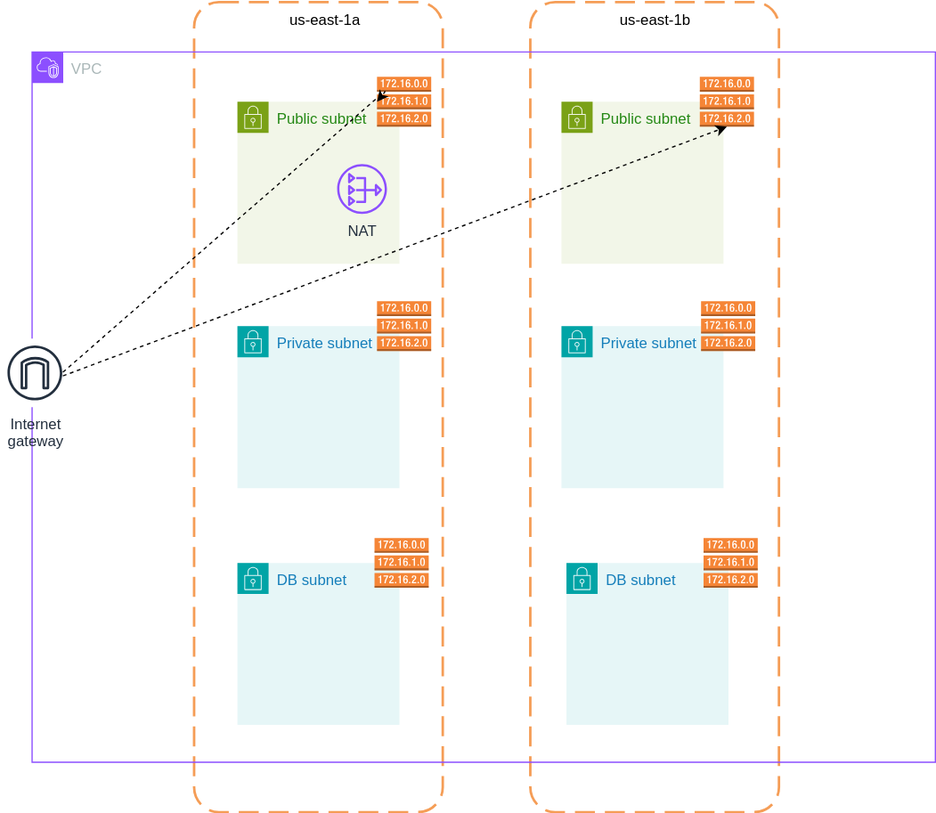
Earlier version of the draw.io export 028/01-terraform-custom-module/vpc-v2.drawio.svg (harsha-commit/daws-terraform). Source tidied: cells renumbered, new cells last; positions are measured from the earlier drawing's top-left corner, leaving out a move shared by most shapes. Source of this version:
```xml
<mxGraphModel>
  <root>
    <mxCell id="0" />
    <mxCell id="1" parent="0" />
    <mxCell id="2" style="rounded=1;arcSize=10;dashed=1;strokeColor=#F59D56;fillColor=none;gradientColor=none;dashPattern=8 4;strokeWidth=2;" parent="1" vertex="1">
      <mxGeometry x="425" width="199.5" height="650" as="geometry" />
    </mxCell>
    <mxCell id="3" style="rounded=1;arcSize=10;dashed=1;strokeColor=#F59D56;fillColor=none;gradientColor=none;dashPattern=8 4;strokeWidth=2;" parent="1" vertex="1">
      <mxGeometry x="155.2" width="199.5" height="650" as="geometry" />
    </mxCell>
    <mxCell id="4" value="Public subnet" style="gradientColor=none;html=1;whiteSpace=wrap;fontSize=12;fontStyle=0;shape=mxgraph.aws4.group;grIcon=mxgraph.aws4.group_security_group;grStroke=0;strokeColor=#7AA116;fillColor=#F2F6E8;verticalAlign=top;align=left;spacingLeft=30;fontColor=#248814;dashed=0;" parent="1" vertex="1">
      <mxGeometry x="190" y="80" width="130" height="130" as="geometry" />
    </mxCell>
    <mxCell id="5" value="Private subnet" style="gradientColor=none;html=1;whiteSpace=wrap;fontSize=12;fontStyle=0;shape=mxgraph.aws4.group;grIcon=mxgraph.aws4.group_security_group;grStroke=0;strokeColor=#00A4A6;fillColor=#E6F6F7;verticalAlign=top;align=left;spacingLeft=30;fontColor=#147EBA;dashed=0;" parent="1" vertex="1">
      <mxGeometry x="190" y="260" width="130" height="130" as="geometry" />
    </mxCell>
    <mxCell id="6" style="outlineConnect=0;dashed=0;verticalLabelPosition=bottom;verticalAlign=top;align=center;html=1;shape=mxgraph.aws3.route_table;fillColor=#F58536;gradientColor=none;" parent="1" vertex="1">
      <mxGeometry x="302" y="60" width="43.5" height="40" as="geometry" />
    </mxCell>
    <mxCell id="7" style="dashed=0;verticalLabelPosition=bottom;verticalAlign=top;align=center;html=1;shape=mxgraph.aws3.route_table;fillColor=#F58536;gradientColor=none;" parent="1" vertex="1">
      <mxGeometry x="302" y="240" width="43.5" height="40" as="geometry" />
    </mxCell>
    <mxCell id="8" value="Public subnet" style="gradientColor=none;html=1;whiteSpace=wrap;fontSize=12;fontStyle=0;shape=mxgraph.aws4.group;grIcon=mxgraph.aws4.group_security_group;grStroke=0;strokeColor=#7AA116;fillColor=#F2F6E8;verticalAlign=top;align=left;spacingLeft=30;fontColor=#248814;dashed=0;" parent="1" vertex="1">
      <mxGeometry x="450" y="80" width="130" height="130" as="geometry" />
    </mxCell>
    <mxCell id="9" value="Private subnet" style="gradientColor=none;html=1;whiteSpace=wrap;fontSize=12;fontStyle=0;shape=mxgraph.aws4.group;grIcon=mxgraph.aws4.group_security_group;grStroke=0;strokeColor=#00A4A6;fillColor=#E6F6F7;verticalAlign=top;align=left;spacingLeft=30;fontColor=#147EBA;dashed=0;" parent="1" vertex="1">
      <mxGeometry x="450" y="260" width="130" height="130" as="geometry" />
    </mxCell>
    <mxCell id="10" style="outlineConnect=0;dashed=0;verticalLabelPosition=bottom;verticalAlign=top;align=center;html=1;shape=mxgraph.aws3.route_table;fillColor=#F58536;gradientColor=none;" parent="1" vertex="1">
      <mxGeometry x="561" y="60" width="43.5" height="40" as="geometry" />
    </mxCell>
    <mxCell id="11" style="dashed=0;verticalLabelPosition=bottom;verticalAlign=top;align=center;html=1;shape=mxgraph.aws3.route_table;fillColor=#F58536;gradientColor=none;" parent="1" vertex="1">
      <mxGeometry x="562" y="240" width="43.5" height="40" as="geometry" />
    </mxCell>
    <mxCell id="12" value="VPC" style="gradientColor=none;html=1;whiteSpace=wrap;fontSize=12;fontStyle=0;shape=mxgraph.aws4.group;grIcon=mxgraph.aws4.group_vpc2;strokeColor=#8C4FFF;fillColor=none;verticalAlign=top;align=left;spacingLeft=30;fontColor=#AAB7B8;dashed=0;" parent="1" vertex="1">
      <mxGeometry x="25.2" y="40" width="724.8" height="570" as="geometry" />
    </mxCell>
    <mxCell id="13" value="Internet&#10;gateway" style="sketch=0;outlineConnect=0;fontColor=#232F3E;gradientColor=none;strokeColor=#232F3E;fillColor=#ffffff;dashed=0;verticalLabelPosition=bottom;verticalAlign=top;align=center;html=1;fontSize=12;fontStyle=0;shape=mxgraph.aws4.resourceIcon;resIcon=mxgraph.aws4.internet_gateway;" parent="12" vertex="1">
      <mxGeometry x="-25.2" y="230" width="55" height="55" as="geometry" />
    </mxCell>
    <mxCell id="14" style="html=1;rounded=1;dashed=1;strokeColor=default;startArrow=none;startFill=0;curved=0;entryX=0;entryY=0.5;entryDx=0;entryDy=0;entryPerimeter=0;" parent="12" edge="1" target="6">
      <mxGeometry relative="1" as="geometry">
        <mxPoint x="24.8" y="257" as="sourcePoint" />
        <Array as="points">
          <mxPoint x="284.8" y="30" />
        </Array>
      </mxGeometry>
    </mxCell>
    <mxCell id="15" value="NAT" style="sketch=0;fontColor=#232F3E;gradientColor=none;fillColor=#8C4FFF;strokeColor=none;dashed=0;verticalLabelPosition=bottom;verticalAlign=top;align=center;html=1;fontSize=12;fontStyle=0;shape=mxgraph.aws4.nat_gateway;" parent="12" vertex="1">
      <mxGeometry x="244.8" y="90" width="40" height="40" as="geometry" />
    </mxCell>
    <mxCell id="16" value="us-east-1a" style="text;html=1;align=center;verticalAlign=middle;strokeColor=none;fillColor=none;" parent="1" vertex="1">
      <mxGeometry x="220" width="80" height="30" as="geometry" />
    </mxCell>
    <mxCell id="17" value="us-east-1b" style="text;html=1;align=center;verticalAlign=middle;strokeColor=none;fillColor=none;" parent="1" vertex="1">
      <mxGeometry x="484.8" width="80" height="30" as="geometry" />
    </mxCell>
    <mxCell id="18" value="DB subnet" style="gradientColor=none;html=1;whiteSpace=wrap;fontSize=12;fontStyle=0;shape=mxgraph.aws4.group;grIcon=mxgraph.aws4.group_security_group;grStroke=0;strokeColor=#00A4A6;fillColor=#E6F6F7;verticalAlign=top;align=left;spacingLeft=30;fontColor=#147EBA;dashed=0;" parent="1" vertex="1">
      <mxGeometry x="190" y="450" width="130" height="130" as="geometry" />
    </mxCell>
    <mxCell id="19" style="dashed=0;verticalLabelPosition=bottom;verticalAlign=top;align=center;html=1;shape=mxgraph.aws3.route_table;fillColor=#F58536;gradientColor=none;" parent="1" vertex="1">
      <mxGeometry x="300" y="430" width="43.5" height="40" as="geometry" />
    </mxCell>
    <mxCell id="20" value="DB subnet" style="gradientColor=none;html=1;whiteSpace=wrap;fontSize=12;fontStyle=0;shape=mxgraph.aws4.group;grIcon=mxgraph.aws4.group_security_group;grStroke=0;strokeColor=#00A4A6;fillColor=#E6F6F7;verticalAlign=top;align=left;spacingLeft=30;fontColor=#147EBA;dashed=0;" parent="1" vertex="1">
      <mxGeometry x="454" y="450" width="130" height="130" as="geometry" />
    </mxCell>
    <mxCell id="21" style="dashed=0;verticalLabelPosition=bottom;verticalAlign=top;align=center;html=1;shape=mxgraph.aws3.route_table;fillColor=#F58536;gradientColor=none;" parent="1" vertex="1">
      <mxGeometry x="564" y="430" width="43.5" height="40" as="geometry" />
    </mxCell>
    <mxCell id="22" style="html=1;rounded=1;entryX=0.5;entryY=1;entryDx=0;entryDy=0;entryPerimeter=0;exitX=0.909;exitY=0.545;exitDx=0;exitDy=0;exitPerimeter=0;dashed=1;strokeColor=default;startArrow=none;startFill=0;curved=0;" parent="1" edge="1" source="13" target="10">
      <mxGeometry relative="1" as="geometry" />
    </mxCell>
  </root>
</mxGraphModel>
```
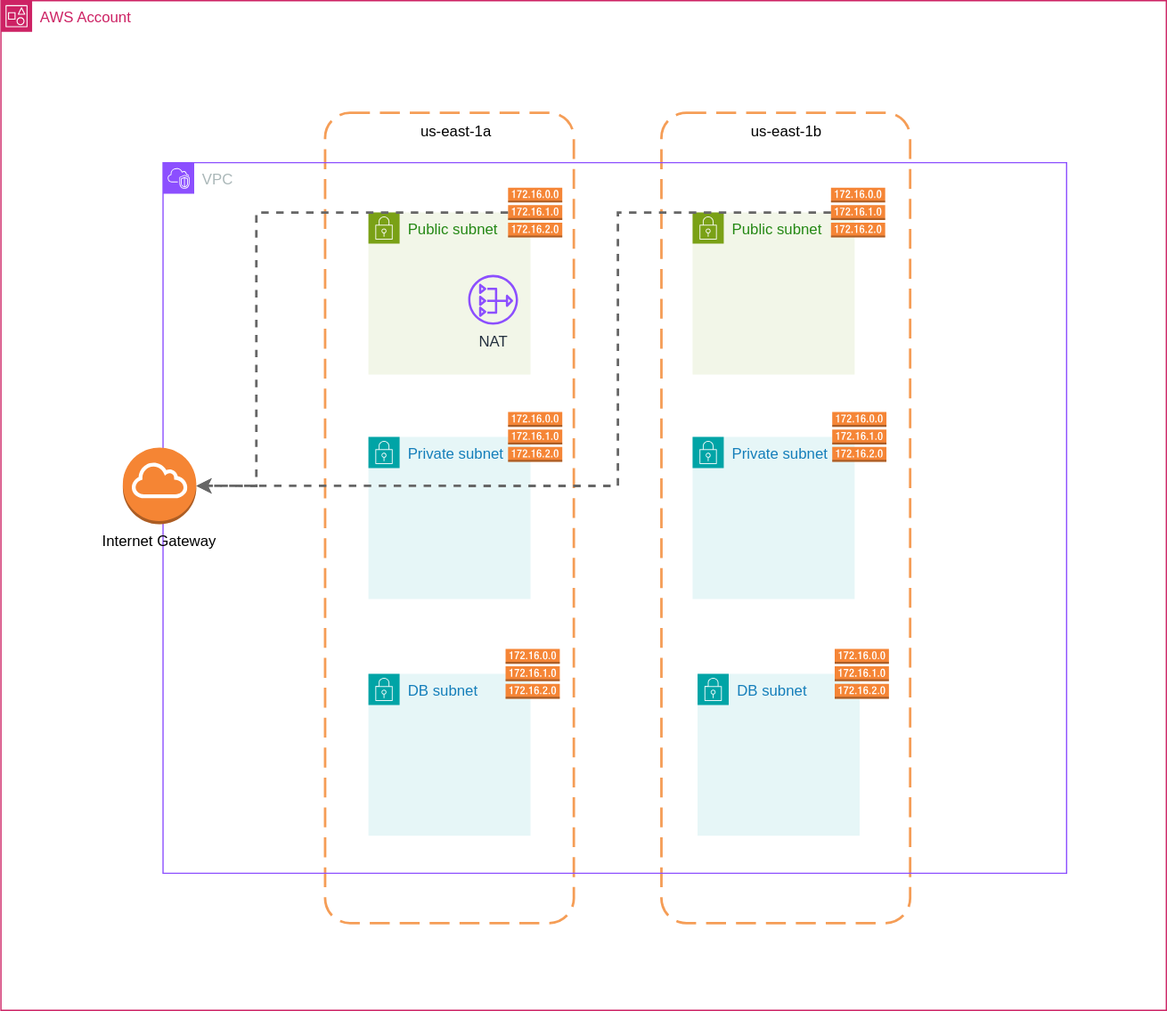
The same diagram one commit later.

Change to the diagram source:
```diff
@@ -35,20 +35,12 @@
     <mxCell id="12" value="VPC" style="gradientColor=none;html=1;whiteSpace=wrap;fontSize=12;fontStyle=0;shape=mxgraph.aws4.group;grIcon=mxgraph.aws4.group_vpc2;strokeColor=#8C4FFF;fillColor=none;verticalAlign=top;align=left;spacingLeft=30;fontColor=#AAB7B8;dashed=0;" parent="1" vertex="1">
       <mxGeometry x="25.2" y="40" width="724.8" height="570" as="geometry" />
     </mxCell>
-    <mxCell id="13" value="Internet&#10;gateway" style="sketch=0;outlineConnect=0;fontColor=#232F3E;gradientColor=none;strokeColor=#232F3E;fillColor=#ffffff;dashed=0;verticalLabelPosition=bottom;verticalAlign=top;align=center;html=1;fontSize=12;fontStyle=0;shape=mxgraph.aws4.resourceIcon;resIcon=mxgraph.aws4.internet_gateway;" parent="12" vertex="1">
-      <mxGeometry x="-25.2" y="230" width="55" height="55" as="geometry" />
-    </mxCell>
-    <mxCell id="14" style="html=1;rounded=1;dashed=1;strokeColor=default;startArrow=none;startFill=0;curved=0;entryX=0;entryY=0.5;entryDx=0;entryDy=0;entryPerimeter=0;" parent="12" edge="1" target="6">
-      <mxGeometry relative="1" as="geometry">
-        <mxPoint x="24.8" y="257" as="sourcePoint" />
-        <Array as="points">
-          <mxPoint x="284.8" y="30" />
-        </Array>
-      </mxGeometry>
-    </mxCell>
     <mxCell id="15" value="NAT" style="sketch=0;fontColor=#232F3E;gradientColor=none;fillColor=#8C4FFF;strokeColor=none;dashed=0;verticalLabelPosition=bottom;verticalAlign=top;align=center;html=1;fontSize=12;fontStyle=0;shape=mxgraph.aws4.nat_gateway;" parent="12" vertex="1">
       <mxGeometry x="244.8" y="90" width="40" height="40" as="geometry" />
     </mxCell>
+    <mxCell id="23" value="Internet Gateway" style="outlineConnect=0;dashed=0;verticalLabelPosition=bottom;verticalAlign=top;align=center;html=1;shape=mxgraph.aws3.internet_gateway;fillColor=#F58534;gradientColor=none;" parent="12" vertex="1">
+      <mxGeometry x="-32.2" y="228.5" width="58.9" height="61.5" as="geometry" />
+    </mxCell>
     <mxCell id="16" value="us-east-1a" style="text;html=1;align=center;verticalAlign=middle;strokeColor=none;fillColor=none;" parent="1" vertex="1">
       <mxGeometry x="220" width="80" height="30" as="geometry" />
     </mxCell>
@@ -67,8 +59,24 @@
     <mxCell id="21" style="dashed=0;verticalLabelPosition=bottom;verticalAlign=top;align=center;html=1;shape=mxgraph.aws3.route_table;fillColor=#F58536;gradientColor=none;" parent="1" vertex="1">
       <mxGeometry x="564" y="430" width="43.5" height="40" as="geometry" />
     </mxCell>
-    <mxCell id="22" style="html=1;rounded=1;entryX=0.5;entryY=1;entryDx=0;entryDy=0;entryPerimeter=0;exitX=0.909;exitY=0.545;exitDx=0;exitDy=0;exitPerimeter=0;dashed=1;strokeColor=default;startArrow=none;startFill=0;curved=0;" parent="1" edge="1" source="13" target="10">
-      <mxGeometry relative="1" as="geometry" />
-    </mxCell>
+    <mxCell id="24" style="edgeStyle=orthogonalEdgeStyle;rounded=0;jettySize=auto;html=1;entryX=1;entryY=0.5;entryDx=0;entryDy=0;entryPerimeter=0;exitX=0;exitY=0.5;exitDx=0;exitDy=0;exitPerimeter=0;dashed=1;fillColor=#f5f5f5;strokeColor=#666666;strokeWidth=2;" parent="1" edge="1" source="6" target="23">
+      <mxGeometry relative="1" as="geometry">
+        <Array as="points">
+          <mxPoint x="100" y="80" />
+          <mxPoint x="100" y="299" />
+        </Array>
+      </mxGeometry>
+    </mxCell>
+    <mxCell id="25" style="edgeStyle=orthogonalEdgeStyle;rounded=0;jettySize=auto;html=1;exitX=0;exitY=0.5;exitDx=0;exitDy=0;exitPerimeter=0;entryX=1;entryY=0.5;entryDx=0;entryDy=0;entryPerimeter=0;dashed=1;fillColor=#f5f5f5;strokeColor=#666666;strokeWidth=2;" parent="1" edge="1" source="10" target="23">
+      <mxGeometry relative="1" as="geometry">
+        <Array as="points">
+          <mxPoint x="390" y="80" />
+          <mxPoint x="390" y="299" />
+        </Array>
+      </mxGeometry>
+    </mxCell>
+    <mxCell id="26" value="AWS Account" style="gradientColor=none;html=1;whiteSpace=wrap;fontSize=12;fontStyle=0;shape=mxgraph.aws4.group;grIcon=mxgraph.aws4.group_account;strokeColor=#CD2264;fillColor=none;verticalAlign=top;align=left;spacingLeft=30;fontColor=#CD2264;dashed=0;" parent="1" vertex="1">
+      <mxGeometry x="-104.8" y="-90" width="934.8" height="810" as="geometry" />
+    </mxCell>
   </root>
 </mxGraphModel>
```
